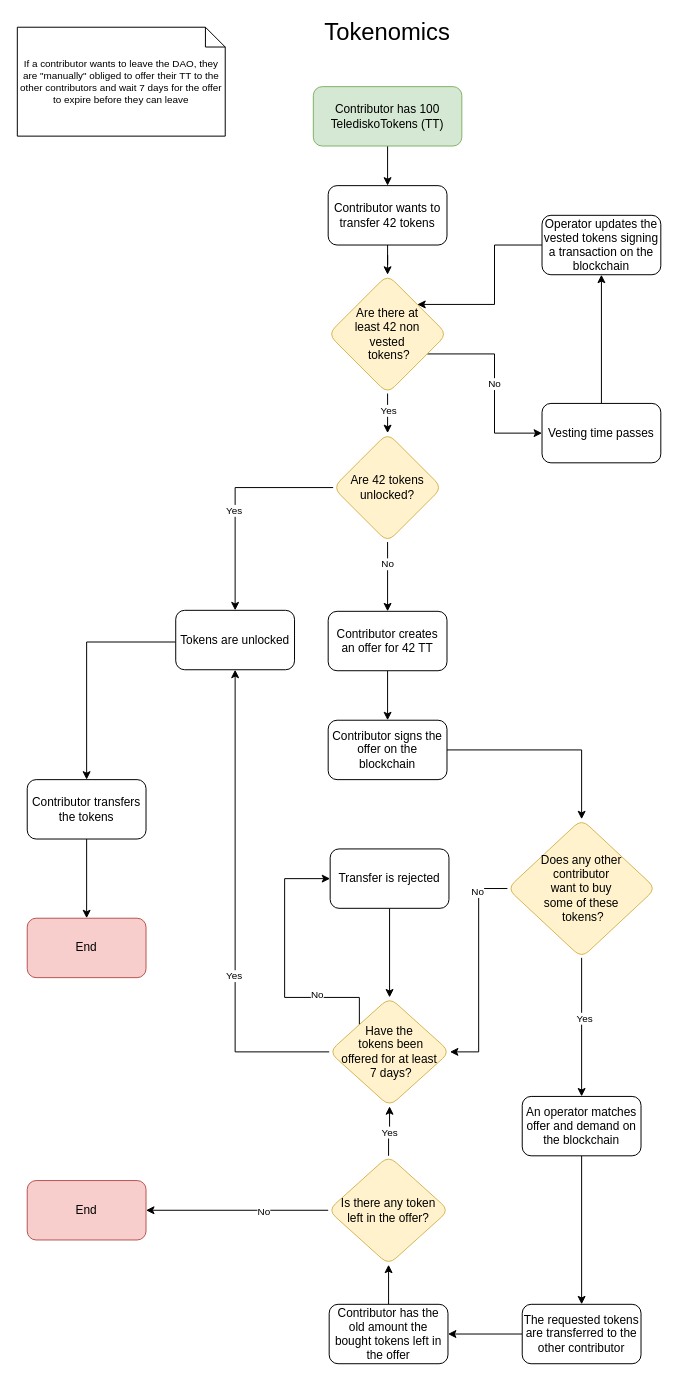
TelediskoDAO/docs keeps this draw.io diagram as tokenomics.drawio. Above is the earlier version. Source tidied: cells renumbered, new cells numbered last; positions are measured from the earlier drawing's top-left corner, leaving out a move shared by most shapes. Both pictures are drawn from the tidied source at 99%, with x=0, y=0 at pixel (17, 17).
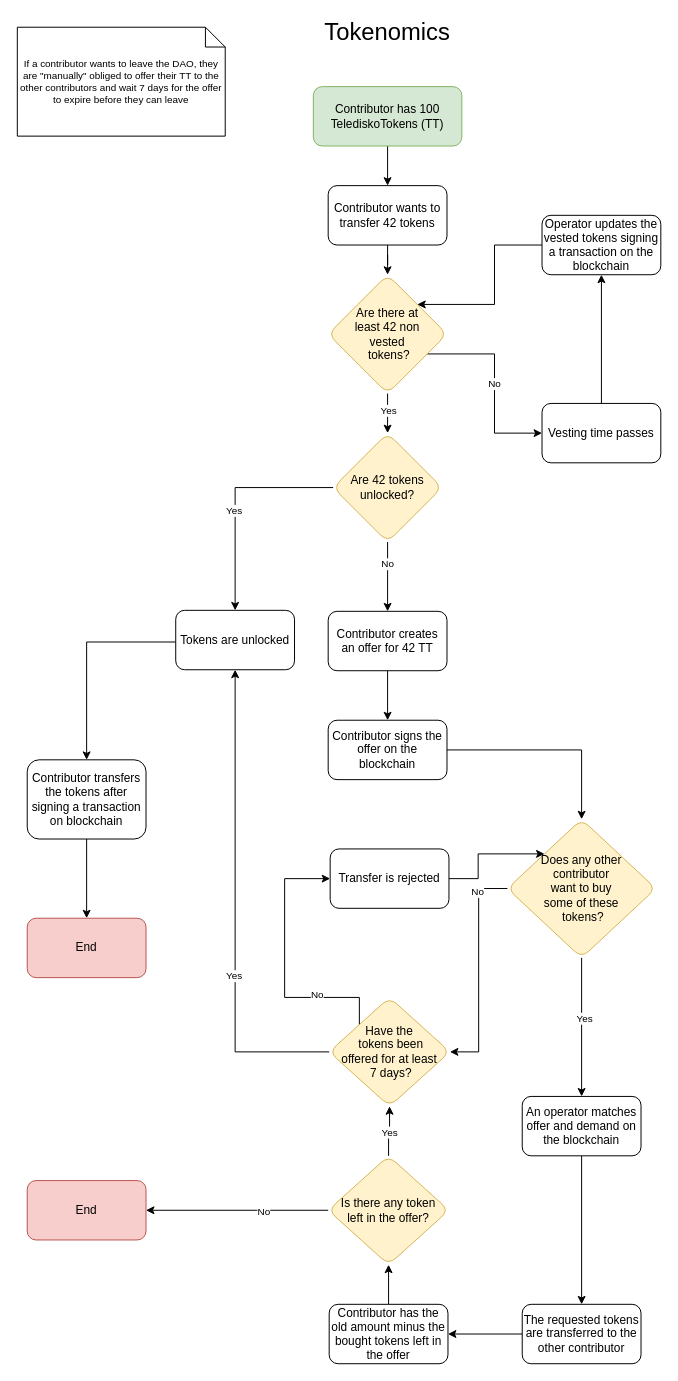
The same page after the edit.

Unchanged cells that the change refers to:
```xml
<mxCell id="11" value="Have the&lt;br&gt;&amp;nbsp;tokens been &lt;br&gt;offered for at least&lt;br&gt;&amp;nbsp;7 days?" style="rhombus;whiteSpace=wrap;html=1;rounded=1;glass=0;strokeWidth=1;shadow=0;fillColor=#fff2cc;strokeColor=#d6b656;align=center;" parent="1" vertex="1">
  <mxGeometry x="315" y="990" width="122" height="110" as="geometry" />
</mxCell>
<mxCell id="22" value="Does any other &lt;br&gt;contributor &lt;br&gt;want to buy &lt;br&gt;some of these&lt;br&gt;&amp;nbsp;tokens?" style="rhombus;whiteSpace=wrap;html=1;rounded=1;glass=0;strokeWidth=1;shadow=0;fillColor=#fff2cc;strokeColor=#d6b656;" parent="1" vertex="1">
  <mxGeometry x="495" y="810" width="150" height="140" as="geometry" />
</mxCell>
<mxCell id="31" value="Transfer is rejected" style="whiteSpace=wrap;html=1;rounded=1;glass=0;strokeWidth=1;shadow=0;" parent="1" vertex="1">
  <mxGeometry x="316" y="840" width="120" height="60" as="geometry" />
</mxCell>
```

Diff of the diagram source:
```diff
@@
-    <mxCell id="17" value="Contributor transfers the tokens" style="whiteSpace=wrap;html=1;rounded=1;glass=0;strokeWidth=1;shadow=0;" parent="1" vertex="1">
-      <mxGeometry x="10" y="770" width="120" height="60" as="geometry" />
+    <mxCell id="17" value="Contributor transfers the tokens after signing a transaction on blockchain" style="whiteSpace=wrap;html=1;rounded=1;glass=0;strokeWidth=1;shadow=0;" parent="1" vertex="1">
+      <mxGeometry x="10" y="750" width="120" height="80" as="geometry" />
     </mxCell>
@@
-    <mxCell id="28" value="Contributor has the old amount the bought tokens left in the offer" style="whiteSpace=wrap;html=1;rounded=1;glass=0;strokeWidth=1;shadow=0;" parent="1" vertex="1">
+    <mxCell id="28" value="Contributor has the old amount minus the bought tokens left in the offer" style="whiteSpace=wrap;html=1;rounded=1;glass=0;strokeWidth=1;shadow=0;" parent="1" vertex="1">
       <mxGeometry x="315" y="1300" width="120" height="60" as="geometry" />
     </mxCell>
@@
-    <mxCell id="30" style="edgeStyle=orthogonalEdgeStyle;rounded=0;jettySize=auto;html=1;entryX=0.5;entryY=0;entryDx=0;entryDy=0;fontSize=10;" parent="1" edge="1" source="31" target="11">
+    <mxCell id="30" style="edgeStyle=orthogonalEdgeStyle;rounded=0;jettySize=auto;html=1;entryX=0;entryY=0;entryDx=0;entryDy=0;fontSize=10;" parent="1" edge="1" source="31" target="22">
       <mxGeometry relative="1" as="geometry" />
     </mxCell>
```
